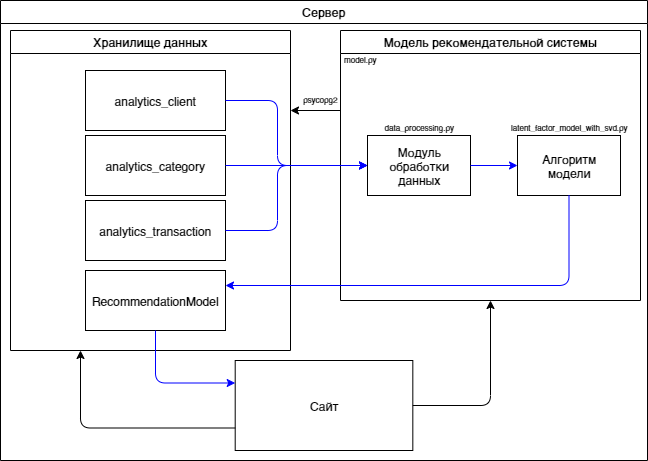
This is model/final_model/RecommedationModel Sheme.png from AleksandrRadist/RecommendationSystem, a draw.io export, as it was before one commit. Source tidied: cells renumbered, new cells last; positions are measured from the earlier drawing's top-left corner, leaving out a move shared by most shapes.
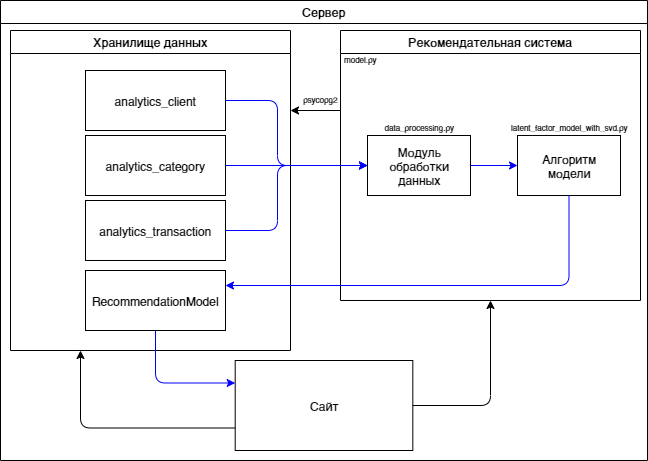
The same file after the commit.

Diff of the diagram source:
```diff
@@ -29,7 +29,7 @@
     <mxCell id="10" value="Сайт" style="text;html=1;strokeColor=none;fillColor=none;align=center;verticalAlign=middle;whiteSpace=wrap;rounded=0;" parent="2" vertex="1">
       <mxGeometry x="303.5" y="395" width="40" height="20" as="geometry" />
     </mxCell>
-    <mxCell id="11" value="Модель рекомендательной системы" style="swimlane;" parent="2" vertex="1">
+    <mxCell id="11" value="Рекомендательная система" style="swimlane;" parent="2" vertex="1">
       <mxGeometry x="340" y="30" width="300" height="270" as="geometry" />
     </mxCell>
     <mxCell id="12" style="rounded=0;whiteSpace=wrap;html=1;" parent="11" vertex="1">
```
